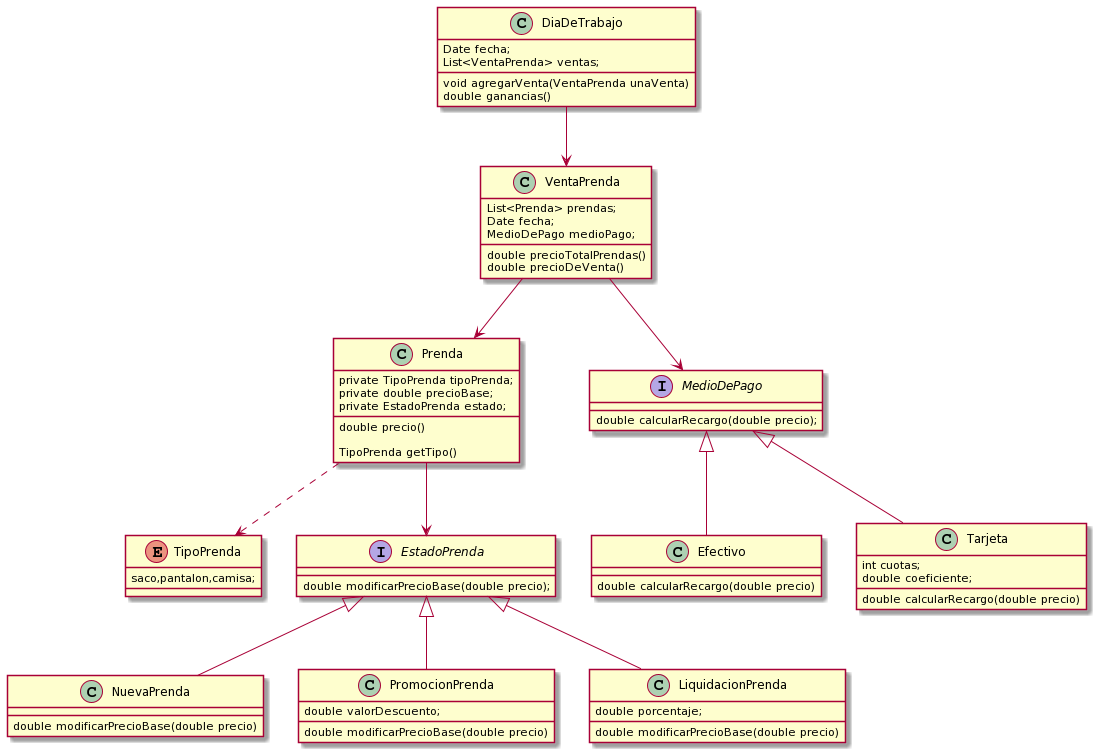
GastonGonzalezS/DisenioDeSistemas2021 keeps this PlantUML diagram as Macowins/Macowins - Diagrama de Clases.png. Above is the earlier version. Its diagram source:
```plantuml
@startuml
class Prenda {
    private TipoPrenda tipoPrenda;
    private double precioBase;
    private EstadoPrenda estado;

    double precio()

    TipoPrenda getTipo()
}


enum TipoPrenda {
    saco,pantalon,camisa;
}

Prenda ..> TipoPrenda


interface EstadoPrenda{
    double modificarPrecioBase(double precio);
}

Prenda --> EstadoPrenda

class NuevaPrenda extends EstadoPrenda{
    double modificarPrecioBase(double precio)
}

class PromocionPrenda extends EstadoPrenda{
    double valorDescuento;

    double modificarPrecioBase(double precio)
}

class LiquidacionPrenda extends EstadoPrenda{
    double porcentaje;

    double modificarPrecioBase(double precio)
}

class VentaPrenda {
    List<Prenda> prendas;
    Date fecha;
    MedioDePago medioPago;

    double precioTotalPrendas()
    double precioDeVenta()
}

VentaPrenda --> Prenda

interface MedioDePago{
    double calcularRecargo(double precio);
}

VentaPrenda --> MedioDePago

class Efectivo extends MedioDePago{
    double calcularRecargo(double precio)
}

class Tarjeta extends MedioDePago{
    int cuotas;
    double coeficiente;


    double calcularRecargo(double precio)
}

class DiaDeTrabajo {
	Date fecha;
	List<VentaPrenda> ventas;

	void agregarVenta(VentaPrenda unaVenta)
	double ganancias()
}

DiaDeTrabajo --> VentaPrenda
@enduml
```
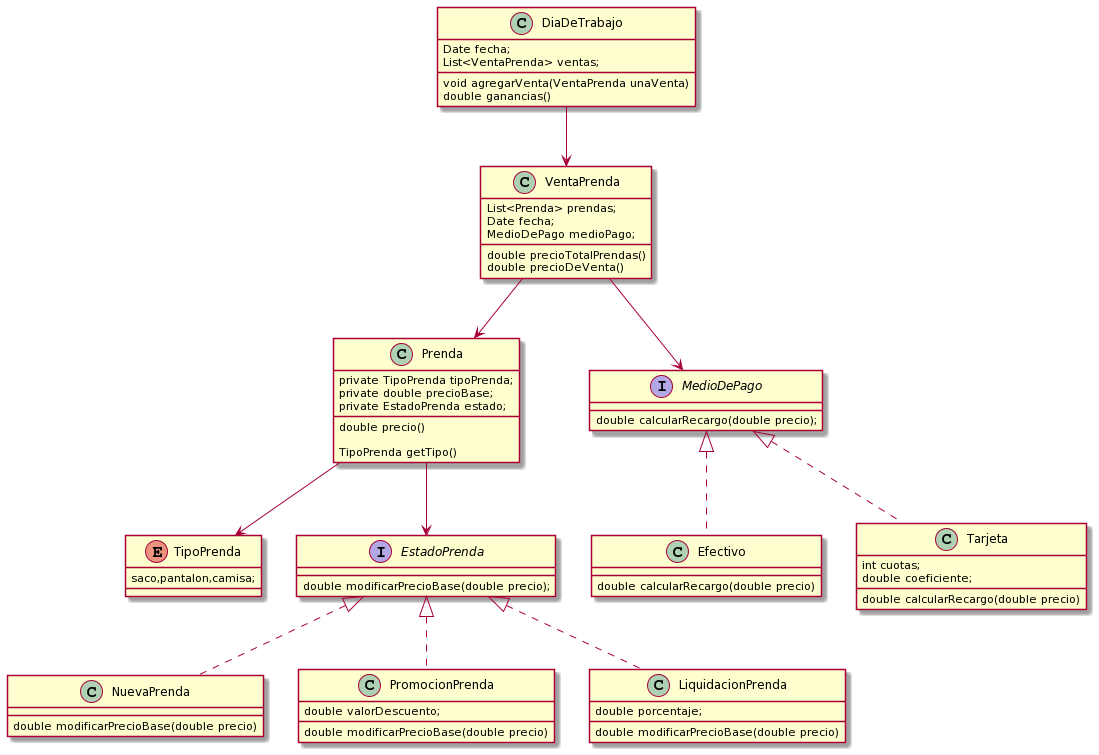
Above is the later version.

What changed in the source:
```diff
@@ -14,7 +14,7 @@
     saco,pantalon,camisa;
 }
 
-Prenda ..> TipoPrenda
+Prenda --> TipoPrenda
 
 
 interface EstadoPrenda{
@@ -23,17 +23,17 @@
 
 Prenda --> EstadoPrenda
 
-class NuevaPrenda extends EstadoPrenda{
+class NuevaPrenda implements EstadoPrenda{
     double modificarPrecioBase(double precio)
 }
 
-class PromocionPrenda extends EstadoPrenda{
+class PromocionPrenda implements EstadoPrenda{
     double valorDescuento;
 
     double modificarPrecioBase(double precio)
 }
 
-class LiquidacionPrenda extends EstadoPrenda{
+class LiquidacionPrenda implements EstadoPrenda{
     double porcentaje;
 
     double modificarPrecioBase(double precio)
@@ -56,11 +56,11 @@
 
 VentaPrenda --> MedioDePago
 
-class Efectivo extends MedioDePago{
+class Efectivo implements MedioDePago{
     double calcularRecargo(double precio)
 }
 
-class Tarjeta extends MedioDePago{
+class Tarjeta implements MedioDePago{
     int cuotas;
     double coeficiente;
 
```
